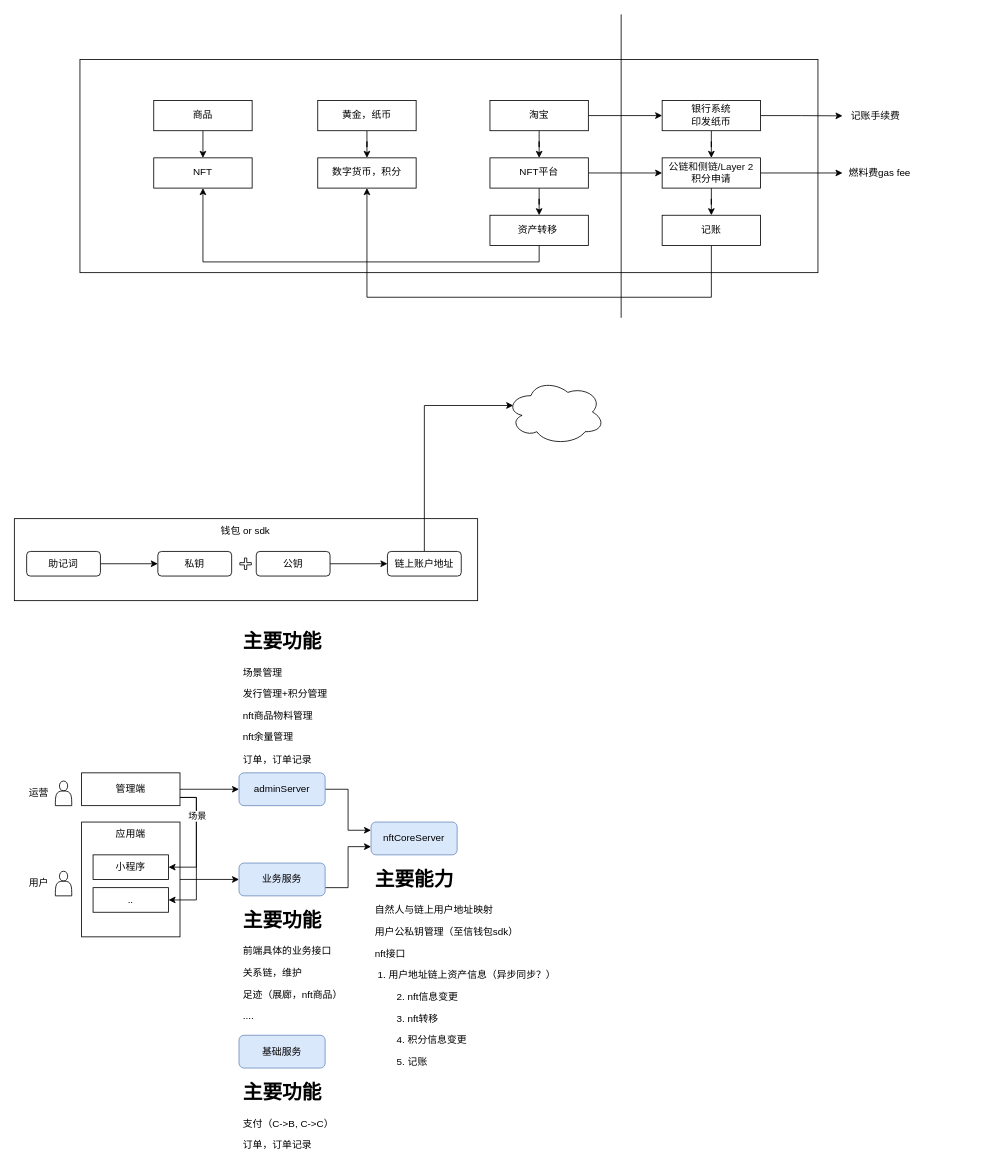
Earlier version of the draw.io diagram nft.drawio (axtrur/resource). Source tidied: cells renumbered, new cells numbered last; positions are measured from the earlier drawing's top-left corner, leaving out a move shared by most shapes. Both pictures are drawn from the tidied source at 82%, with x=0, y=0 at pixel (14, 14).
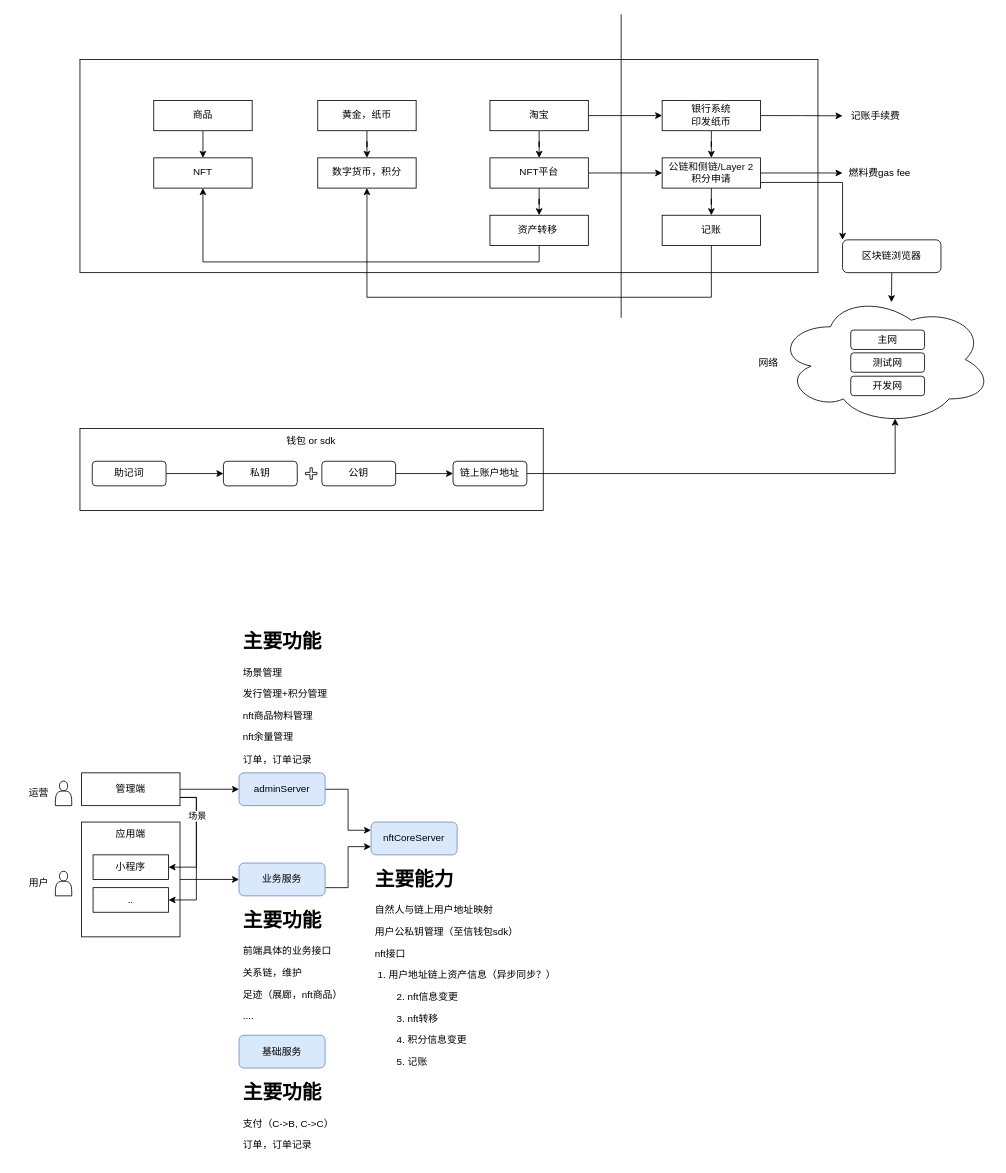
The same page after the edit.

The change refers to these unchanged cells:
```xml
<mxCell id="23" value="&lt;span style=&quot;color: rgb(14 , 14 , 14) ; font-family: &amp;#34;stheiti&amp;#34; , &amp;#34;microsoft yahei&amp;#34; , , sans-serif , &amp;#34;arial&amp;#34; ; background-color: rgb(255 , 255 , 255)&quot;&gt;&lt;font style=&quot;font-size: 12px&quot;&gt;公链和侧链/Layer 2&lt;/font&gt;&lt;/span&gt;&lt;br&gt;积分申请" style="rounded=0;whiteSpace=wrap;html=1;" parent="1" vertex="1">
  <mxGeometry x="790" y="175" width="120" height="36.9" as="geometry" />
</mxCell>
```

Change to the diagram source:
```diff
@@
     <mxCell id="4" style="rounded=0;whiteSpace=wrap;html=1;fontSize=12;" parent="1" vertex="1">
-      <mxGeometry y="615" width="565" height="100" as="geometry" />
+      <mxGeometry x="80" y="505" width="565" height="100" as="geometry" />
     </mxCell>
@@
+    <mxCell id="63" style="edgeStyle=orthogonalEdgeStyle;rounded=0;jettySize=auto;html=1;exitX=1;exitY=1;exitDx=0;exitDy=0;entryX=0;entryY=0;entryDx=0;entryDy=0;" parent="1" edge="1" source="23" target="65">
+      <mxGeometry relative="1" as="geometry">
+        <Array as="points">
+          <mxPoint x="910" y="205" />
+          <mxPoint x="1010" y="205" />
+        </Array>
+      </mxGeometry>
+    </mxCell>
@@
     <mxCell id="32" value="助记词" style="rounded=1;whiteSpace=wrap;html=1;fontSize=12;" parent="1" vertex="1">
-      <mxGeometry x="15" y="655" width="90" height="30" as="geometry" />
+      <mxGeometry x="95" y="545" width="90" height="30" as="geometry" />
     </mxCell>
     <mxCell id="33" value="私钥" style="rounded=1;whiteSpace=wrap;html=1;fontSize=12;" parent="1" vertex="1">
-      <mxGeometry x="175" y="655" width="90" height="30" as="geometry" />
+      <mxGeometry x="255" y="545" width="90" height="30" as="geometry" />
     </mxCell>
@@
     <mxCell id="35" value="公钥" style="rounded=1;whiteSpace=wrap;html=1;fontSize=12;" parent="1" vertex="1">
-      <mxGeometry x="295" y="655" width="90" height="30" as="geometry" />
+      <mxGeometry x="375" y="545" width="90" height="30" as="geometry" />
     </mxCell>
     <mxCell id="36" style="shape=cross;whiteSpace=wrap;html=1;fontSize=12;" parent="1" vertex="1">
-      <mxGeometry x="275" y="663" width="14" height="14" as="geometry" />
+      <mxGeometry x="355" y="553" width="14" height="14" as="geometry" />
     </mxCell>
-    <mxCell id="37" style="edgeStyle=orthogonalEdgeStyle;rounded=0;jettySize=auto;html=1;exitX=0.5;exitY=0;exitDx=0;exitDy=0;entryX=0.07;entryY=0.4;entryDx=0;entryDy=0;entryPerimeter=0;fontSize=12;" parent="1" edge="1" source="38" target="40">
-      <mxGeometry relative="1" as="geometry">
-        <Array as="points">
-          <mxPoint x="500" y="477" />
-        </Array>
-      </mxGeometry>
+    <mxCell id="37" style="edgeStyle=orthogonalEdgeStyle;rounded=0;jettySize=auto;html=1;exitX=1;exitY=0.5;exitDx=0;exitDy=0;entryX=0.55;entryY=0.95;entryDx=0;entryDy=0;entryPerimeter=0;" parent="1" edge="1" source="38" target="40">
+      <mxGeometry relative="1" as="geometry" />
     </mxCell>
     <mxCell id="38" value="链上账户地址" style="rounded=1;whiteSpace=wrap;html=1;fontSize=12;" parent="1" vertex="1">
-      <mxGeometry x="455" y="655" width="90" height="30" as="geometry" />
+      <mxGeometry x="535" y="545" width="90" height="30" as="geometry" />
     </mxCell>
     <mxCell id="39" value="钱包 or sdk" style="text;html=1;strokeColor=none;fillColor=none;align=center;verticalAlign=middle;whiteSpace=wrap;rounded=0;fontSize=12;" parent="1" vertex="1">
-      <mxGeometry x="242" y="615" width="80" height="30" as="geometry" />
+      <mxGeometry x="322" y="505" width="80" height="30" as="geometry" />
     </mxCell>
     <mxCell id="40" style="ellipse;shape=cloud;whiteSpace=wrap;html=1;fontSize=12;" parent="1" vertex="1">
-      <mxGeometry x="600" y="445" width="120" height="80" as="geometry" />
+      <mxGeometry x="929.5" y="341" width="263" height="160" as="geometry" />
     </mxCell>
@@
+    <mxCell id="64" style="edgeStyle=orthogonalEdgeStyle;rounded=0;jettySize=auto;html=1;exitX=0.5;exitY=1;exitDx=0;exitDy=0;entryX=0.533;entryY=0.063;entryDx=0;entryDy=0;entryPerimeter=0;" parent="1" edge="1" source="65" target="40">
+      <mxGeometry relative="1" as="geometry" />
+    </mxCell>
+    <mxCell id="65" value="区块链浏览器" style="rounded=1;whiteSpace=wrap;html=1;" parent="1" vertex="1">
+      <mxGeometry x="1010" y="275" width="120" height="40" as="geometry" />
+    </mxCell>
+    <mxCell id="66" value="网络" style="text;html=1;strokeColor=none;fillColor=none;align=center;verticalAlign=middle;whiteSpace=wrap;rounded=0;" parent="1" vertex="1">
+      <mxGeometry x="890" y="410" width="60" height="30" as="geometry" />
+    </mxCell>
+    <mxCell id="67" style="group;" parent="1" vertex="1">
+      <mxGeometry x="1020" y="385" width="90" height="80" as="geometry" />
+    </mxCell>
+    <mxCell id="68" value="主网" style="rounded=1;whiteSpace=wrap;html=1;" parent="67" vertex="1">
+      <mxGeometry width="90" height="23.7" as="geometry" />
+    </mxCell>
+    <mxCell id="69" value="测试网" style="rounded=1;whiteSpace=wrap;html=1;" parent="67" vertex="1">
+      <mxGeometry y="27.8" width="90" height="23.7" as="geometry" />
+    </mxCell>
+    <mxCell id="70" value="开发网" style="rounded=1;whiteSpace=wrap;html=1;" parent="67" vertex="1">
+      <mxGeometry y="56.3" width="90" height="23.7" as="geometry" />
+    </mxCell>
```
